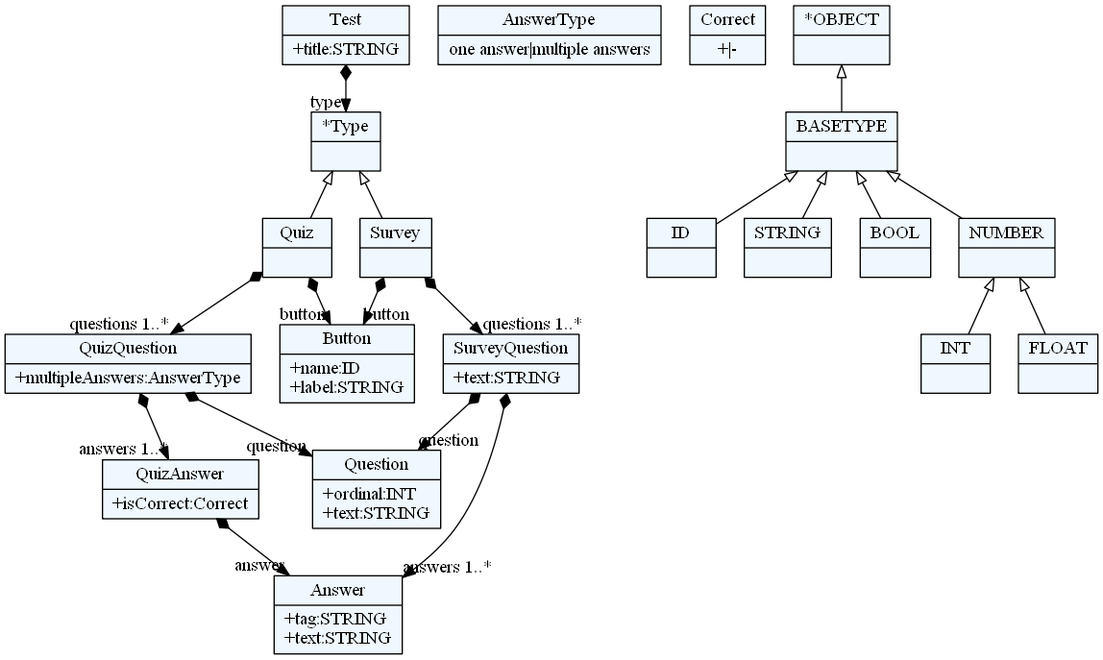
igen-ftn/quizgen keeps this Graphviz diagram as quiz/quiz.png. Above is the earlier version. Its source is kept beside it as quiz/quiz.dot.
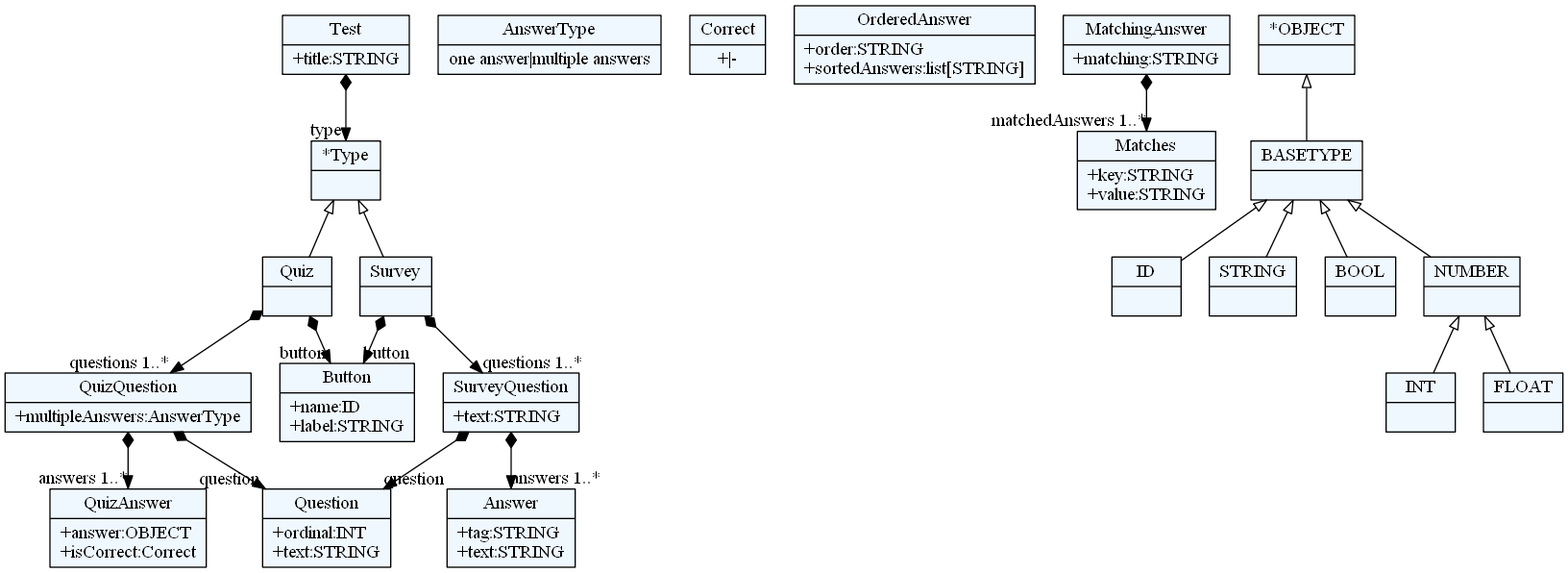
After the commit.

Commit message:
Added ordering and matching questions to the grammar

Change to the diagram source:
```diff
@@ -10,64 +10,70 @@
     edge[dir=black,arrowtail=empty]
 
 
-2153156395592 -> 2153156398424[arrowtail=diamond, dir=both, headlabel="type "]
-2153156395592[ label="{Test|+title:STRING\l}"]
+2023246167896 -> 2023246152792[arrowtail=diamond, dir=both, headlabel="type "]
+2023246167896[ label="{Test|+title:STRING\l}"]
 
-2153156398424[ label="{*Type|}"]
-2153156398424 -> 2153156414472 [dir=back]
-2153156398424 -> 2153156416360 [dir=back]
+2023246152792[ label="{*Type|}"]
+2023246152792 -> 2023246144296 [dir=back]
+2023246152792 -> 2023246151848 [dir=back]
 
-2153156414472 -> 2153156427688[arrowtail=diamond, dir=both, headlabel="questions 1..*"]
-2153156414472 -> 2153156437128[arrowtail=diamond, dir=both, headlabel="button "]
-2153156414472[ label="{Quiz|}"]
+2023246144296 -> 2023246172616[arrowtail=diamond, dir=both, headlabel="questions 1..*"]
+2023246144296 -> 2023246156568[arrowtail=diamond, dir=both, headlabel="button "]
+2023246144296[ label="{Quiz|}"]
 
-2153156416360 -> 2153156422968[arrowtail=diamond, dir=both, headlabel="questions 1..*"]
-2153156416360 -> 2153156437128[arrowtail=diamond, dir=both, headlabel="button "]
-2153156416360[ label="{Survey|}"]
+2023246151848 -> 2023246187720[arrowtail=diamond, dir=both, headlabel="questions 1..*"]
+2023246151848 -> 2023246156568[arrowtail=diamond, dir=both, headlabel="button "]
+2023246151848[ label="{Survey|}"]
 
-2153156427688 -> 2153156426744[arrowtail=diamond, dir=both, headlabel="question "]
-2153156427688 -> 2153156448456[arrowtail=diamond, dir=both, headlabel="answers 1..*"]
-2153156427688[ label="{QuizQuestion|+multipleAnswers:AnswerType\l}"]
+2023246172616 -> 2023246179224[arrowtail=diamond, dir=both, headlabel="question "]
+2023246172616 -> 2023246181112[arrowtail=diamond, dir=both, headlabel="answers 1..*"]
+2023246172616[ label="{QuizQuestion|+multipleAnswers:AnswerType\l}"]
 
-2153156421080[ label="{AnswerType|one answer\|multiple answers}"]
+2023246177336[ label="{AnswerType|one answer\|multiple answers}"]
 
-2153156422968 -> 2153156426744[arrowtail=diamond, dir=both, headlabel="question "]
-2153156422968 -> 2153156444680[arrowtail=diamond, dir=both, headlabel="answers 1..*"]
-2153156422968[ label="{SurveyQuestion|+text:STRING\l}"]
+2023246187720 -> 2023246179224[arrowtail=diamond, dir=both, headlabel="question "]
+2023246187720 -> 2023246189608[arrowtail=diamond, dir=both, headlabel="answers 1..*"]
+2023246187720[ label="{SurveyQuestion|+text:STRING\l}"]
 
-2153156426744[ label="{Question|+ordinal:INT\l+text:STRING\l}"]
+2023246179224[ label="{Question|+ordinal:INT\l+text:STRING\l}"]
 
-2153156448456 -> 2153156444680[arrowtail=diamond, dir=both, headlabel="answer "]
-2153156448456[ label="{QuizAnswer|+isCorrect:Correct\l}"]
+2023246181112[ label="{QuizAnswer|+answer:OBJECT\l+isCorrect:Correct\l}"]
 
-2153156436184[ label="{Correct|+\|-}"]
+2023246183944[ label="{Correct|+\|-}"]
 
-2153156444680[ label="{Answer|+tag:STRING\l+text:STRING\l}"]
+2023246189608[ label="{Answer|+tag:STRING\l+text:STRING\l}"]
 
-2153156437128[ label="{Button|+name:ID\l+label:STRING\l}"]
+2023246192440[ label="{OrderedAnswer|+order:STRING\l+sortedAnswers:list[STRING]\l}"]
 
-2153156376712[ label="{ID|}"]
+2023246162232 -> 2023246195272[arrowtail=diamond, dir=both, headlabel="matchedAnswers 1..*"]
+2023246162232[ label="{MatchingAnswer|+matching:STRING\l}"]
 
-2153156396536[ label="{STRING|}"]
+2023246195272[ label="{Matches|+key:STRING\l+value:STRING\l}"]
 
-2153156405032[ label="{BOOL|}"]
+2023246156568[ label="{Button|+name:ID\l+label:STRING\l}"]
 
-2153156406920[ label="{INT|}"]
+2023246394456[ label="{ID|}"]
 
-2153156409752[ label="{FLOAT|}"]
+2023246146184[ label="{STRING|}"]
 
-2153156411640[ label="{NUMBER|}"]
-2153156411640 -> 2153156409752 [dir=back]
-2153156411640 -> 2153156406920 [dir=back]
+2023246157512[ label="{BOOL|}"]
 
-2153156419192[ label="{BASETYPE|}"]
-2153156419192 -> 2153156411640 [dir=back]
-2153156419192 -> 2153156405032 [dir=back]
-2153156419192 -> 2153156376712 [dir=back]
-2153156419192 -> 2153156396536 [dir=back]
+2023246147128[ label="{INT|}"]
 
-2153156432408[ label="{*OBJECT|}"]
-2153156432408 -> 2153156419192 [dir=back]
+2023246164120[ label="{FLOAT|}"]
+
+2023246168840[ label="{NUMBER|}"]
+2023246168840 -> 2023246164120 [dir=back]
+2023246168840 -> 2023246147128 [dir=back]
+
+2023246173560[ label="{BASETYPE|}"]
+2023246173560 -> 2023246168840 [dir=back]
+2023246173560 -> 2023246157512 [dir=back]
+2023246173560 -> 2023246394456 [dir=back]
+2023246173560 -> 2023246146184 [dir=back]
+
+2023246166952[ label="{*OBJECT|}"]
+2023246166952 -> 2023246173560 [dir=back]
 
 
 }
```
